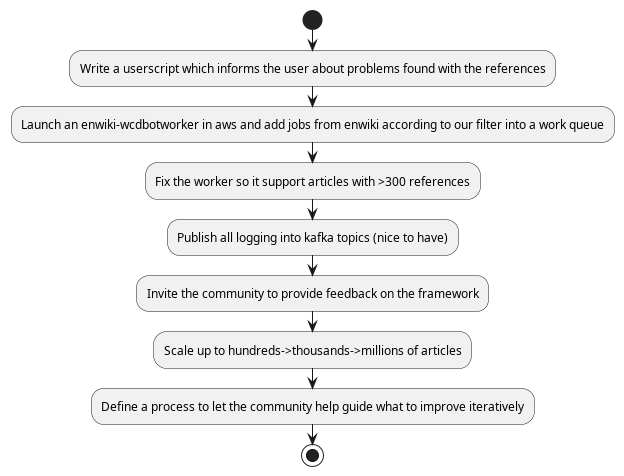
The PlantUML diagram diagrams/roadmap.png in internetarchive/iari, before a commit.
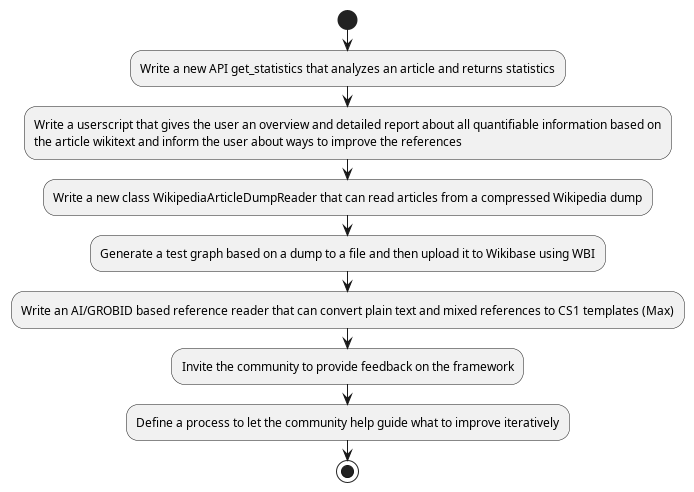
After the change.

The edit, as a diff of the source:
```diff
@@ -1,12 +1,13 @@
 @startuml
 
 start
-:Write a userscript which informs the user about problems found with the references;
-:Launch an enwiki-wcdbotworker in aws and add jobs from enwiki according to our filter into a work queue;
-:Fix the worker so it support articles with >300 references;
-:Publish all logging into kafka topics (nice to have);
+:Write a new API get_statistics that analyzes an article and returns statistics;
+:Write a userscript that gives the user an overview and detailed report about all quantifiable information based on
+the article wikitext and inform the user about ways to improve the references;
+:Write a new class WikipediaArticleDumpReader that can read articles from a compressed Wikipedia dump;
+:Generate a test graph based on a dump to a file and then upload it to Wikibase using WBI;
+:Write an AI/GROBID based reference reader that can convert plain text and mixed references to CS1 templates (Max);
 :Invite the community to provide feedback on the framework;
-:Scale up to hundreds->thousands->millions of articles;
 :Define a process to let the community help guide what to improve iteratively;
 stop
 
```
